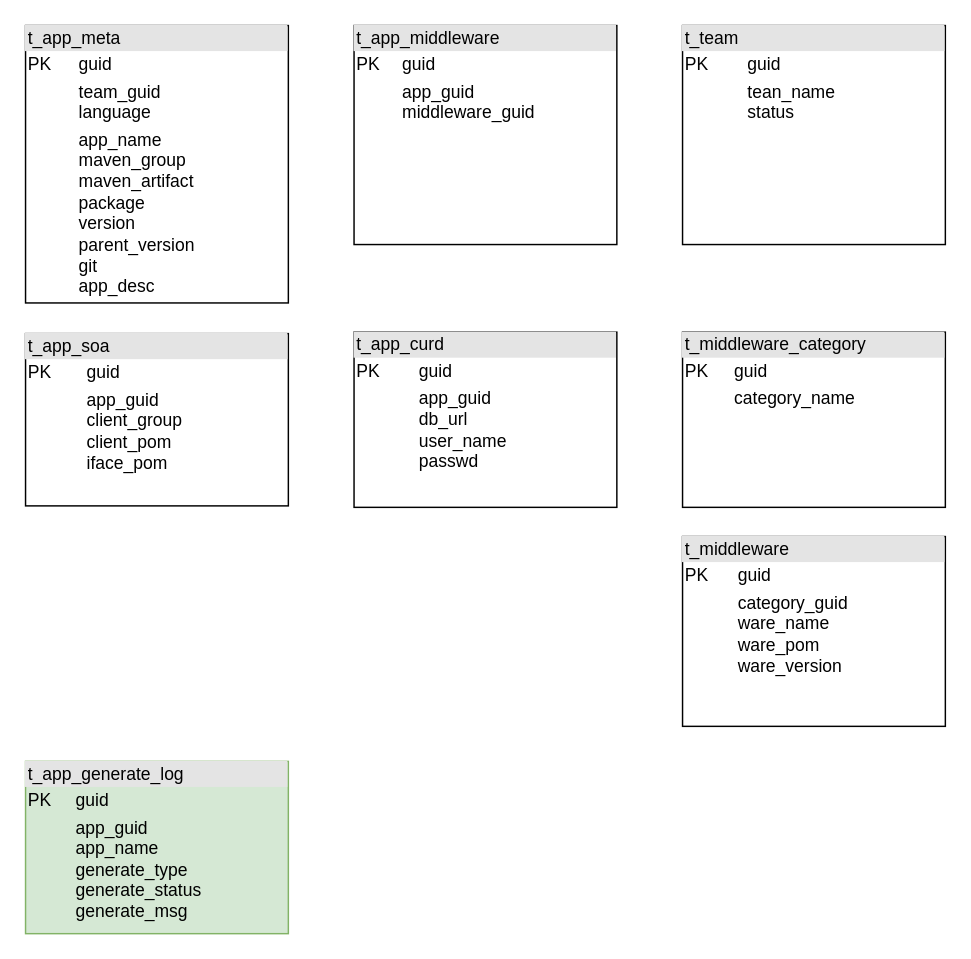
Earlier version of the draw.io diagram helloboot-framework.drawio (zyhui98/drawio). Source tidied: cells renumbered, new cells numbered last; positions are measured from the earlier drawing's top-left corner, leaving out a move shared by most shapes. Both pictures are drawn from the tidied source at 146%, with x=0, y=0 at pixel (25, 25).
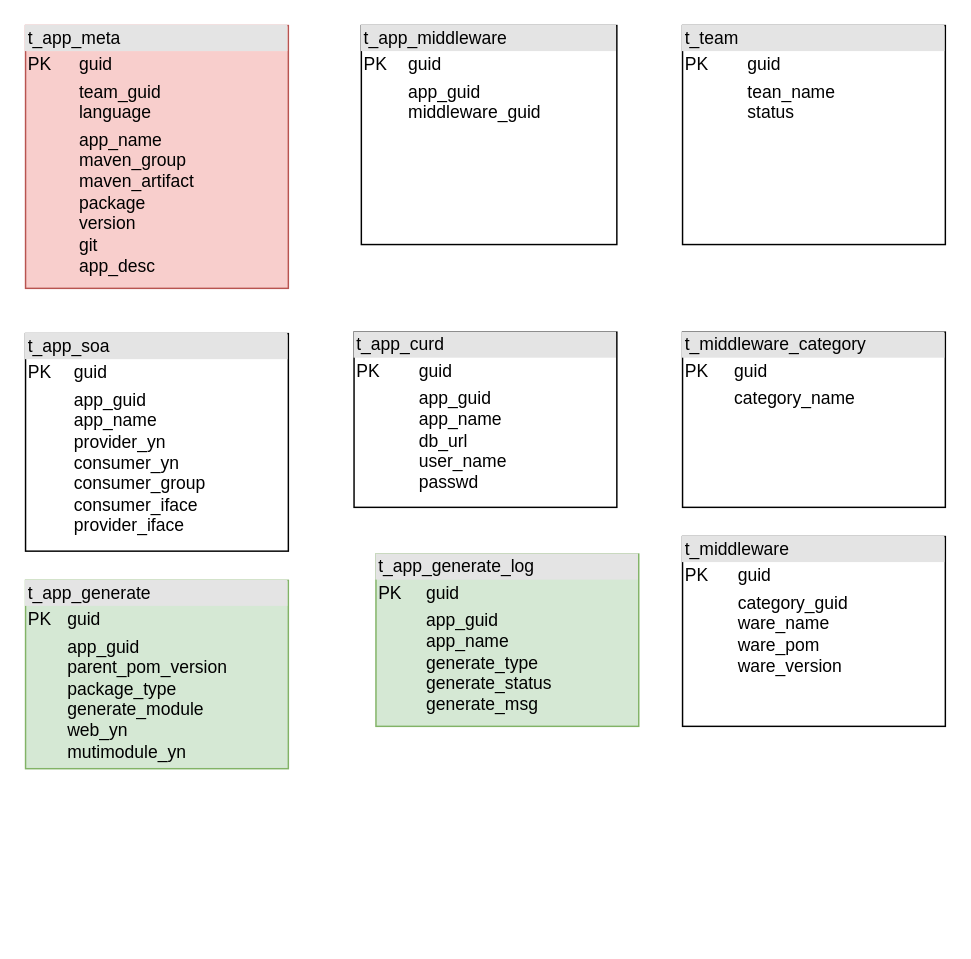
The same page after the edit.

The edit, as a diff of the source:
```diff
@@
 <mxGraphModel>
   <root>
     <mxCell id="0" />
     <mxCell id="1" parent="0" />
-    <mxCell id="2" value="&lt;div style=&quot;box-sizing: border-box ; width: 100% ; background: #e4e4e4 ; padding: 2px&quot;&gt;t_app_meta&lt;/div&gt;&lt;table style=&quot;width: 100% ; font-size: 1em&quot; cellpadding=&quot;2&quot; cellspacing=&quot;0&quot;&gt;&lt;tbody&gt;&lt;tr&gt;&lt;td&gt;PK&lt;/td&gt;&lt;td&gt;guid&lt;/td&gt;&lt;/tr&gt;&lt;tr&gt;&lt;td&gt;&lt;br&gt;&lt;/td&gt;&lt;td&gt;team_guid&lt;br&gt;language&lt;/td&gt;&lt;/tr&gt;&lt;tr&gt;&lt;td&gt;&lt;/td&gt;&lt;td&gt;app_name&lt;br&gt;maven_group&lt;br&gt;maven_artifact&lt;br&gt;package&lt;br&gt;version&lt;br&gt;parent_version&lt;br&gt;git&lt;br&gt;app_desc&lt;br&gt;&lt;br&gt;&lt;br&gt;&lt;/td&gt;&lt;/tr&gt;&lt;/tbody&gt;&lt;/table&gt;" style="verticalAlign=top;align=left;overflow=fill;html=1;" parent="1" vertex="1">
-      <mxGeometry width="180" height="190" as="geometry" />
+    <mxCell id="2" value="&lt;div style=&quot;box-sizing: border-box ; width: 100% ; background: #e4e4e4 ; padding: 2px&quot;&gt;t_app_meta&lt;/div&gt;&lt;table style=&quot;width: 100% ; font-size: 1em&quot; cellpadding=&quot;2&quot; cellspacing=&quot;0&quot;&gt;&lt;tbody&gt;&lt;tr&gt;&lt;td&gt;PK&lt;/td&gt;&lt;td&gt;guid&lt;/td&gt;&lt;/tr&gt;&lt;tr&gt;&lt;td&gt;&lt;br&gt;&lt;/td&gt;&lt;td&gt;team_guid&lt;br&gt;language&lt;/td&gt;&lt;/tr&gt;&lt;tr&gt;&lt;td&gt;&lt;/td&gt;&lt;td&gt;app_name&lt;br&gt;maven_group&lt;br&gt;maven_artifact&lt;br&gt;package&lt;br&gt;version&lt;br&gt;git&lt;br&gt;app_desc&lt;br&gt;&lt;br&gt;&lt;br&gt;&lt;/td&gt;&lt;/tr&gt;&lt;/tbody&gt;&lt;/table&gt;" style="verticalAlign=top;align=left;overflow=fill;html=1;fillColor=#f8cecc;strokeColor=#b85450;" parent="1" vertex="1">
+      <mxGeometry width="180" height="180" as="geometry" />
     </mxCell>
     <mxCell id="3" value="&lt;div style=&quot;box-sizing: border-box ; width: 100% ; background: #e4e4e4 ; padding: 2px&quot;&gt;t_app_middleware&lt;/div&gt;&lt;table style=&quot;width: 100% ; font-size: 1em&quot; cellpadding=&quot;2&quot; cellspacing=&quot;0&quot;&gt;&lt;tbody&gt;&lt;tr&gt;&lt;td&gt;PK&lt;/td&gt;&lt;td&gt;guid&lt;/td&gt;&lt;/tr&gt;&lt;tr&gt;&lt;td&gt;&lt;br&gt;&lt;/td&gt;&lt;td&gt;app_guid&lt;br&gt;middleware_guid&lt;br&gt;&lt;br&gt;&lt;/td&gt;&lt;/tr&gt;&lt;tr&gt;&lt;td&gt;&lt;/td&gt;&lt;td&gt;&lt;br&gt;&lt;br&gt;&lt;/td&gt;&lt;/tr&gt;&lt;/tbody&gt;&lt;/table&gt;" style="verticalAlign=top;align=left;overflow=fill;html=1;" parent="1" vertex="1">
-      <mxGeometry x="225" width="180" height="150" as="geometry" />
+      <mxGeometry x="230" width="175" height="150" as="geometry" />
     </mxCell>
     <mxCell id="4" value="&lt;div style=&quot;box-sizing: border-box ; width: 100% ; background: #e4e4e4 ; padding: 2px&quot;&gt;t_middleware_category&lt;/div&gt;&lt;table style=&quot;width: 100% ; font-size: 1em&quot; cellpadding=&quot;2&quot; cellspacing=&quot;0&quot;&gt;&lt;tbody&gt;&lt;tr&gt;&lt;td&gt;PK&lt;/td&gt;&lt;td&gt;guid&lt;/td&gt;&lt;/tr&gt;&lt;tr&gt;&lt;td&gt;&lt;br&gt;&lt;/td&gt;&lt;td&gt;category_name&lt;br&gt;&lt;/td&gt;&lt;/tr&gt;&lt;tr&gt;&lt;td&gt;&lt;/td&gt;&lt;td&gt;&lt;br&gt;&lt;br&gt;&lt;br&gt;&lt;/td&gt;&lt;/tr&gt;&lt;/tbody&gt;&lt;/table&gt;" style="verticalAlign=top;align=left;overflow=fill;html=1;" parent="1" vertex="1">
       <mxGeometry x="450" y="210" width="180" height="120" as="geometry" />
     </mxCell>
     <mxCell id="5" value="&lt;div style=&quot;box-sizing: border-box ; width: 100% ; background: #e4e4e4 ; padding: 2px&quot;&gt;t_team&lt;/div&gt;&lt;table style=&quot;width: 100% ; font-size: 1em&quot; cellpadding=&quot;2&quot; cellspacing=&quot;0&quot;&gt;&lt;tbody&gt;&lt;tr&gt;&lt;td&gt;PK&lt;/td&gt;&lt;td&gt;guid&lt;/td&gt;&lt;/tr&gt;&lt;tr&gt;&lt;td&gt;&lt;br&gt;&lt;/td&gt;&lt;td&gt;tean_name&lt;br&gt;status&lt;/td&gt;&lt;/tr&gt;&lt;tr&gt;&lt;td&gt;&lt;/td&gt;&lt;td&gt;&lt;br&gt;&lt;br&gt;&lt;br&gt;&lt;/td&gt;&lt;/tr&gt;&lt;/tbody&gt;&lt;/table&gt;" style="verticalAlign=top;align=left;overflow=fill;html=1;" parent="1" vertex="1">
       <mxGeometry x="450" width="180" height="150" as="geometry" />
     </mxCell>
     <mxCell id="6" value="&lt;div style=&quot;box-sizing: border-box ; width: 100% ; background: #e4e4e4 ; padding: 2px&quot;&gt;t_middleware&lt;/div&gt;&lt;table style=&quot;width: 100% ; font-size: 1em&quot; cellpadding=&quot;2&quot; cellspacing=&quot;0&quot;&gt;&lt;tbody&gt;&lt;tr&gt;&lt;td&gt;PK&lt;/td&gt;&lt;td&gt;guid&lt;/td&gt;&lt;/tr&gt;&lt;tr&gt;&lt;td&gt;&lt;br&gt;&lt;/td&gt;&lt;td&gt;category_guid&lt;br&gt;ware_name&lt;br&gt;ware_pom&lt;br&gt;ware_version&lt;br&gt;&lt;br&gt;&lt;br&gt;&lt;/td&gt;&lt;/tr&gt;&lt;tr&gt;&lt;td&gt;&lt;/td&gt;&lt;td&gt;&lt;br&gt;&lt;br&gt;&lt;br&gt;&lt;/td&gt;&lt;/tr&gt;&lt;/tbody&gt;&lt;/table&gt;" style="verticalAlign=top;align=left;overflow=fill;html=1;" parent="1" vertex="1">
       <mxGeometry x="450" y="350" width="180" height="130" as="geometry" />
     </mxCell>
-    <mxCell id="7" value="&lt;div style=&quot;box-sizing: border-box ; width: 100% ; background: #e4e4e4 ; padding: 2px&quot;&gt;t_app_soa&lt;/div&gt;&lt;table style=&quot;width: 100% ; font-size: 1em&quot; cellpadding=&quot;2&quot; cellspacing=&quot;0&quot;&gt;&lt;tbody&gt;&lt;tr&gt;&lt;td&gt;PK&lt;/td&gt;&lt;td&gt;guid&lt;/td&gt;&lt;/tr&gt;&lt;tr&gt;&lt;td&gt;&lt;br&gt;&lt;/td&gt;&lt;td&gt;app_guid&lt;br&gt;client_group&lt;br&gt;client_pom&lt;br&gt;iface_pom&lt;br&gt;&lt;br&gt;&lt;/td&gt;&lt;/tr&gt;&lt;tr&gt;&lt;td&gt;&lt;/td&gt;&lt;td&gt;&lt;br&gt;&lt;br&gt;&lt;/td&gt;&lt;/tr&gt;&lt;/tbody&gt;&lt;/table&gt;" style="verticalAlign=top;align=left;overflow=fill;html=1;" parent="1" vertex="1">
-      <mxGeometry y="211" width="180" height="118" as="geometry" />
+    <mxCell id="7" value="&lt;div style=&quot;box-sizing: border-box ; width: 100% ; background: #e4e4e4 ; padding: 2px&quot;&gt;t_app_soa&lt;/div&gt;&lt;table style=&quot;width: 100% ; font-size: 1em&quot; cellpadding=&quot;2&quot; cellspacing=&quot;0&quot;&gt;&lt;tbody&gt;&lt;tr&gt;&lt;td&gt;PK&lt;/td&gt;&lt;td&gt;guid&lt;/td&gt;&lt;/tr&gt;&lt;tr&gt;&lt;td&gt;&lt;br&gt;&lt;/td&gt;&lt;td&gt;app_guid&lt;br&gt;app_name&lt;br&gt;provider_yn&lt;br&gt;consumer_yn&lt;br&gt;consumer_group&lt;br&gt;consumer_iface&lt;br&gt;provider_iface&lt;br&gt;&lt;br&gt;&lt;/td&gt;&lt;/tr&gt;&lt;tr&gt;&lt;td&gt;&lt;/td&gt;&lt;td&gt;&lt;br&gt;&lt;br&gt;&lt;/td&gt;&lt;/tr&gt;&lt;/tbody&gt;&lt;/table&gt;" style="verticalAlign=top;align=left;overflow=fill;html=1;" parent="1" vertex="1">
+      <mxGeometry y="211" width="180" height="149" as="geometry" />
     </mxCell>
-    <mxCell id="8" value="&lt;div style=&quot;box-sizing: border-box ; width: 100% ; background: #e4e4e4 ; padding: 2px&quot;&gt;t_app_curd&lt;/div&gt;&lt;table style=&quot;width: 100% ; font-size: 1em&quot; cellpadding=&quot;2&quot; cellspacing=&quot;0&quot;&gt;&lt;tbody&gt;&lt;tr&gt;&lt;td&gt;PK&lt;/td&gt;&lt;td&gt;guid&lt;/td&gt;&lt;/tr&gt;&lt;tr&gt;&lt;td&gt;&lt;br&gt;&lt;/td&gt;&lt;td&gt;app_guid&lt;br&gt;db_url&lt;br&gt;user_name&lt;br&gt;passwd&lt;br&gt;&lt;br&gt;&lt;/td&gt;&lt;/tr&gt;&lt;tr&gt;&lt;td&gt;&lt;/td&gt;&lt;td&gt;&lt;br&gt;&lt;br&gt;&lt;/td&gt;&lt;/tr&gt;&lt;/tbody&gt;&lt;/table&gt;" style="verticalAlign=top;align=left;overflow=fill;html=1;" parent="1" vertex="1">
+    <mxCell id="8" value="&lt;div style=&quot;box-sizing: border-box ; width: 100% ; background: #e4e4e4 ; padding: 2px&quot;&gt;t_app_curd&lt;/div&gt;&lt;table style=&quot;width: 100% ; font-size: 1em&quot; cellpadding=&quot;2&quot; cellspacing=&quot;0&quot;&gt;&lt;tbody&gt;&lt;tr&gt;&lt;td&gt;PK&lt;/td&gt;&lt;td&gt;guid&lt;/td&gt;&lt;/tr&gt;&lt;tr&gt;&lt;td&gt;&lt;br&gt;&lt;/td&gt;&lt;td&gt;app_guid&lt;br&gt;app_name&lt;br&gt;db_url&lt;br&gt;user_name&lt;br&gt;passwd&lt;br&gt;&lt;br&gt;&lt;/td&gt;&lt;/tr&gt;&lt;tr&gt;&lt;td&gt;&lt;/td&gt;&lt;td&gt;&lt;br&gt;&lt;br&gt;&lt;/td&gt;&lt;/tr&gt;&lt;/tbody&gt;&lt;/table&gt;" style="verticalAlign=top;align=left;overflow=fill;html=1;" parent="1" vertex="1">
       <mxGeometry x="225" y="210" width="180" height="120" as="geometry" />
     </mxCell>
     <mxCell id="9" value="&lt;div style=&quot;box-sizing: border-box ; width: 100% ; background: #e4e4e4 ; padding: 2px&quot;&gt;t_app_generate_log&lt;/div&gt;&lt;table style=&quot;width: 100% ; font-size: 1em&quot; cellpadding=&quot;2&quot; cellspacing=&quot;0&quot;&gt;&lt;tbody&gt;&lt;tr&gt;&lt;td&gt;PK&lt;/td&gt;&lt;td&gt;guid&lt;/td&gt;&lt;/tr&gt;&lt;tr&gt;&lt;td&gt;&lt;br&gt;&lt;/td&gt;&lt;td&gt;app_guid&lt;br&gt;app_name&lt;br&gt;generate_type&lt;br&gt;generate_status&lt;br&gt;generate_msg&lt;br&gt;&lt;br&gt;&lt;/td&gt;&lt;/tr&gt;&lt;tr&gt;&lt;td&gt;&lt;/td&gt;&lt;td&gt;&lt;br&gt;&lt;br&gt;&lt;/td&gt;&lt;/tr&gt;&lt;/tbody&gt;&lt;/table&gt;" style="verticalAlign=top;align=left;overflow=fill;html=1;fillColor=#d5e8d4;strokeColor=#82b366;" parent="1" vertex="1">
-      <mxGeometry y="504" width="180" height="118" as="geometry" />
+      <mxGeometry x="240" y="362" width="180" height="118" as="geometry" />
     </mxCell>
+    <mxCell id="10" value="&lt;div style=&quot;box-sizing: border-box ; width: 100% ; background: #e4e4e4 ; padding: 2px&quot;&gt;t_app_generate&lt;/div&gt;&lt;table style=&quot;width: 100% ; font-size: 1em&quot; cellpadding=&quot;2&quot; cellspacing=&quot;0&quot;&gt;&lt;tbody&gt;&lt;tr&gt;&lt;td&gt;PK&lt;/td&gt;&lt;td&gt;guid&lt;/td&gt;&lt;/tr&gt;&lt;tr&gt;&lt;td&gt;&lt;br&gt;&lt;/td&gt;&lt;td&gt;app_guid&lt;br&gt;parent_pom_version&lt;br&gt;package_type&lt;br&gt;generate_module&lt;br&gt;web_yn&lt;br&gt;mutimodule_yn&lt;br&gt;&lt;br&gt;&lt;br&gt;&lt;/td&gt;&lt;/tr&gt;&lt;tr&gt;&lt;td&gt;&lt;/td&gt;&lt;td&gt;&lt;br&gt;&lt;br&gt;&lt;/td&gt;&lt;/tr&gt;&lt;/tbody&gt;&lt;/table&gt;" style="verticalAlign=top;align=left;overflow=fill;html=1;fillColor=#d5e8d4;strokeColor=#82b366;" parent="1" vertex="1">
+      <mxGeometry y="380" width="180" height="129" as="geometry" />
+    </mxCell>
   </root>
 </mxGraphModel>
```
